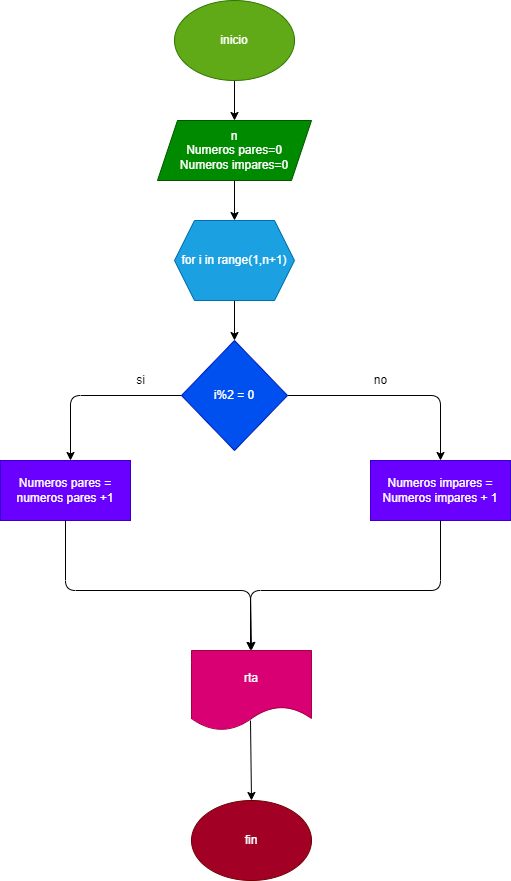
Earlier version of the draw.io export Diagrama1.png (JDaniec/EJERCICIOS). Source tidied: cells renumbered, new cells last; positions are measured from the earlier drawing's top-left corner, leaving out a move shared by most shapes. Its diagram source:
```xml
<mxGraphModel>
  <root>
    <mxCell id="0" />
    <mxCell id="1" parent="0" />
    <mxCell id="2" style="edgeStyle=none;html=1;" parent="1" edge="1" source="3" target="5">
      <mxGeometry relative="1" as="geometry" />
    </mxCell>
    <mxCell id="3" value="inicio" style="ellipse;whiteSpace=wrap;html=1;fillColor=#60a917;fontColor=#ffffff;strokeColor=#2D7600;" parent="1" vertex="1">
      <mxGeometry x="174" width="120" height="80" as="geometry" />
    </mxCell>
    <mxCell id="4" style="edgeStyle=none;html=1;" parent="1" edge="1" source="5" target="7">
      <mxGeometry relative="1" as="geometry" />
    </mxCell>
    <mxCell id="5" value="n&lt;br&gt;Numeros pares=0&lt;br&gt;Numeros impares=0" style="shape=parallelogram;perimeter=parallelogramPerimeter;whiteSpace=wrap;html=1;fixedSize=1;fillColor=#008a00;fontColor=#ffffff;strokeColor=#005700;" parent="1" vertex="1">
      <mxGeometry x="157" y="120" width="154" height="60" as="geometry" />
    </mxCell>
    <mxCell id="6" style="edgeStyle=none;html=1;" parent="1" edge="1" source="7" target="10">
      <mxGeometry relative="1" as="geometry" />
    </mxCell>
    <mxCell id="7" value="for i in range(1,n+1)" style="shape=hexagon;perimeter=hexagonPerimeter2;whiteSpace=wrap;html=1;fixedSize=1;fillColor=#1ba1e2;fontColor=#ffffff;strokeColor=#006EAF;" parent="1" vertex="1">
      <mxGeometry x="174" y="220" width="120" height="80" as="geometry" />
    </mxCell>
    <mxCell id="8" style="edgeStyle=none;html=1;" parent="1" edge="1" source="10">
      <mxGeometry relative="1" as="geometry">
        <mxPoint x="440" y="460" as="targetPoint" />
        <Array as="points">
          <mxPoint x="440" y="395" />
        </Array>
      </mxGeometry>
    </mxCell>
    <mxCell id="9" style="edgeStyle=none;html=1;" parent="1" edge="1" source="10">
      <mxGeometry relative="1" as="geometry">
        <mxPoint x="70" y="460" as="targetPoint" />
        <Array as="points">
          <mxPoint x="70" y="395" />
        </Array>
      </mxGeometry>
    </mxCell>
    <mxCell id="10" value="i%2 = 0" style="rhombus;whiteSpace=wrap;html=1;fillColor=#0050ef;fontColor=#ffffff;strokeColor=#001DBC;" parent="1" vertex="1">
      <mxGeometry x="181" y="340" width="106" height="110" as="geometry" />
    </mxCell>
    <mxCell id="11" value="no" style="text;html=1;align=center;verticalAlign=middle;strokeColor=none;fillColor=none;" parent="1" vertex="1">
      <mxGeometry x="360" y="365" width="40" height="30" as="geometry" />
    </mxCell>
    <mxCell id="12" value="Numeros pares = numeros pares +1" style="rounded=0;whiteSpace=wrap;html=1;fillColor=#6a00ff;fontColor=#ffffff;strokeColor=#3700CC;" parent="1" vertex="1">
      <mxGeometry y="460" width="130" height="60" as="geometry" />
    </mxCell>
    <mxCell id="13" value="Numeros impares = Numeros impares + 1" style="rounded=0;whiteSpace=wrap;html=1;fillColor=#6a00ff;fontColor=#ffffff;strokeColor=#3700CC;" parent="1" vertex="1">
      <mxGeometry x="370" y="460" width="140" height="60" as="geometry" />
    </mxCell>
    <mxCell id="14" value="si" style="text;html=1;align=center;verticalAlign=middle;strokeColor=none;fillColor=none;" parent="1" vertex="1">
      <mxGeometry x="125" y="365" width="30" height="30" as="geometry" />
    </mxCell>
    <mxCell id="15" value="rta" style="shape=document;whiteSpace=wrap;html=1;boundedLbl=1;fillColor=#d80073;fontColor=#ffffff;strokeColor=#A50040;" parent="1" vertex="1">
      <mxGeometry x="191" y="650" width="120" height="80" as="geometry" />
    </mxCell>
    <mxCell id="16" style="endArrow=classic;html=1;entryX=0.5;entryY=0;entryDx=0;entryDy=0;exitX=0.5;exitY=1;exitDx=0;exitDy=0;" parent="1" edge="1" source="12" target="15">
      <mxGeometry relative="1" as="geometry">
        <Array as="points">
          <mxPoint x="65" y="590" />
          <mxPoint x="250" y="590" />
        </Array>
      </mxGeometry>
    </mxCell>
    <mxCell id="17" style="endArrow=classic;html=1;exitX=0.5;exitY=1;exitDx=0;exitDy=0;" parent="1" edge="1" source="13">
      <mxGeometry relative="1" as="geometry">
        <mxPoint x="250" y="650" as="targetPoint" />
        <Array as="points">
          <mxPoint x="440" y="590" />
          <mxPoint x="250" y="590" />
        </Array>
      </mxGeometry>
    </mxCell>
    <mxCell id="18" value="fin" style="ellipse;whiteSpace=wrap;html=1;fillColor=#a20025;fontColor=#ffffff;strokeColor=#6F0000;" parent="1" vertex="1">
      <mxGeometry x="191" y="800" width="120" height="80" as="geometry" />
    </mxCell>
    <mxCell id="19" style="endArrow=classic;html=1;entryX=0.5;entryY=0;entryDx=0;entryDy=0;" parent="1" edge="1" target="18">
      <mxGeometry relative="1" as="geometry">
        <mxPoint x="250" y="720" as="sourcePoint" />
      </mxGeometry>
    </mxCell>
  </root>
</mxGraphModel>
```
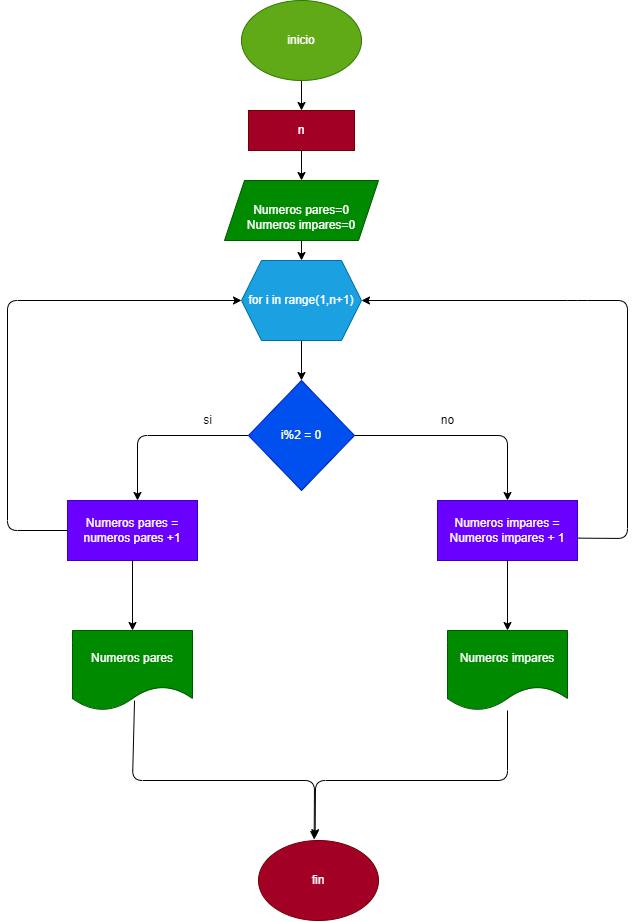
Above is the later version.

Change to the diagram source:
```diff
@@ -2,17 +2,19 @@
   <root>
     <mxCell id="0" />
     <mxCell id="1" parent="0" />
-    <mxCell id="2" style="edgeStyle=none;html=1;" parent="1" edge="1" source="3" target="5">
-      <mxGeometry relative="1" as="geometry" />
+    <mxCell id="2" style="edgeStyle=none;html=1;" parent="1" edge="1" source="3">
+      <mxGeometry relative="1" as="geometry">
+        <mxPoint x="234" y="70" as="targetPoint" />
+      </mxGeometry>
     </mxCell>
     <mxCell id="3" value="inicio" style="ellipse;whiteSpace=wrap;html=1;fillColor=#60a917;fontColor=#ffffff;strokeColor=#2D7600;" parent="1" vertex="1">
-      <mxGeometry x="174" width="120" height="80" as="geometry" />
+      <mxGeometry x="174" y="-40" width="120" height="80" as="geometry" />
     </mxCell>
     <mxCell id="4" style="edgeStyle=none;html=1;" parent="1" edge="1" source="5" target="7">
       <mxGeometry relative="1" as="geometry" />
     </mxCell>
-    <mxCell id="5" value="n&lt;br&gt;Numeros pares=0&lt;br&gt;Numeros impares=0" style="shape=parallelogram;perimeter=parallelogramPerimeter;whiteSpace=wrap;html=1;fixedSize=1;fillColor=#008a00;fontColor=#ffffff;strokeColor=#005700;" parent="1" vertex="1">
-      <mxGeometry x="157" y="120" width="154" height="60" as="geometry" />
+    <mxCell id="5" value="&lt;br&gt;Numeros pares=0&lt;br&gt;Numeros impares=0" style="shape=parallelogram;perimeter=parallelogramPerimeter;whiteSpace=wrap;html=1;fixedSize=1;fillColor=#008a00;fontColor=#ffffff;strokeColor=#005700;" parent="1" vertex="1">
+      <mxGeometry x="157" y="140" width="154" height="60" as="geometry" />
     </mxCell>
     <mxCell id="6" style="edgeStyle=none;html=1;" parent="1" edge="1" source="7" target="10">
       <mxGeometry relative="1" as="geometry" />
@@ -51,33 +53,66 @@
     <mxCell id="14" value="si" style="text;html=1;align=center;verticalAlign=middle;strokeColor=none;fillColor=none;" parent="1" vertex="1">
       <mxGeometry x="125" y="365" width="30" height="30" as="geometry" />
     </mxCell>
-    <mxCell id="15" value="rta" style="shape=document;whiteSpace=wrap;html=1;boundedLbl=1;fillColor=#d80073;fontColor=#ffffff;strokeColor=#A50040;" parent="1" vertex="1">
-      <mxGeometry x="191" y="650" width="120" height="80" as="geometry" />
-    </mxCell>
-    <mxCell id="16" style="endArrow=classic;html=1;entryX=0.5;entryY=0;entryDx=0;entryDy=0;exitX=0.5;exitY=1;exitDx=0;exitDy=0;" parent="1" edge="1" source="12" target="15">
+    <mxCell id="16" style="endArrow=classic;html=1;exitX=0.5;exitY=1;exitDx=0;exitDy=0;" parent="1" edge="1" source="12">
       <mxGeometry relative="1" as="geometry">
+        <mxPoint x="65" y="590" as="targetPoint" />
         <Array as="points">
           <mxPoint x="65" y="590" />
-          <mxPoint x="250" y="590" />
         </Array>
       </mxGeometry>
     </mxCell>
     <mxCell id="17" style="endArrow=classic;html=1;exitX=0.5;exitY=1;exitDx=0;exitDy=0;" parent="1" edge="1" source="13">
       <mxGeometry relative="1" as="geometry">
-        <mxPoint x="250" y="650" as="targetPoint" />
-        <Array as="points">
-          <mxPoint x="440" y="590" />
-          <mxPoint x="250" y="590" />
-        </Array>
+        <mxPoint x="440" y="590" as="targetPoint" />
       </mxGeometry>
     </mxCell>
     <mxCell id="18" value="fin" style="ellipse;whiteSpace=wrap;html=1;fillColor=#a20025;fontColor=#ffffff;strokeColor=#6F0000;" parent="1" vertex="1">
       <mxGeometry x="191" y="800" width="120" height="80" as="geometry" />
     </mxCell>
-    <mxCell id="19" style="endArrow=classic;html=1;entryX=0.5;entryY=0;entryDx=0;entryDy=0;" parent="1" edge="1" target="18">
-      <mxGeometry relative="1" as="geometry">
-        <mxPoint x="250" y="720" as="sourcePoint" />
-      </mxGeometry>
-    </mxCell>
+    <mxCell id="20" style="endArrow=classic;html=1;entryX=0;entryY=0.5;entryDx=0;entryDy=0;exitX=0;exitY=0.5;exitDx=0;exitDy=0;" parent="1" edge="1" source="12" target="7">
+      <mxGeometry relative="1" as="geometry">
+        <Array as="points">
+          <mxPoint x="-60" y="490" />
+          <mxPoint x="-60" y="260" />
+        </Array>
+      </mxGeometry>
+    </mxCell>
+    <mxCell id="21" style="endArrow=classic;html=1;entryX=1;entryY=0.5;entryDx=0;entryDy=0;exitX=1;exitY=0.627;exitDx=0;exitDy=0;exitPerimeter=0;" parent="1" edge="1" source="13" target="7">
+      <mxGeometry relative="1" as="geometry">
+        <Array as="points">
+          <mxPoint x="560" y="498" />
+          <mxPoint x="560" y="260" />
+          <mxPoint x="510" y="260" />
+        </Array>
+      </mxGeometry>
+    </mxCell>
+    <mxCell id="22" value="Numeros pares" style="shape=document;whiteSpace=wrap;html=1;boundedLbl=1;fillColor=#008a00;fontColor=#ffffff;strokeColor=#005700;" parent="1" vertex="1">
+      <mxGeometry x="5" y="590" width="120" height="80" as="geometry" />
+    </mxCell>
+    <mxCell id="23" value="Numeros impares" style="shape=document;whiteSpace=wrap;html=1;boundedLbl=1;fillColor=#008a00;fontColor=#ffffff;strokeColor=#005700;" parent="1" vertex="1">
+      <mxGeometry x="380" y="590" width="120" height="80" as="geometry" />
+    </mxCell>
+    <mxCell id="24" style="endArrow=classic;html=1;entryX=0.464;entryY=-0.012;entryDx=0;entryDy=0;entryPerimeter=0;exitX=0.517;exitY=0.876;exitDx=0;exitDy=0;exitPerimeter=0;" parent="1" edge="1" source="22" target="18">
+      <mxGeometry relative="1" as="geometry">
+        <Array as="points">
+          <mxPoint x="65" y="740" />
+          <mxPoint x="247" y="740" />
+        </Array>
+      </mxGeometry>
+    </mxCell>
+    <mxCell id="25" style="endArrow=classic;html=1;entryX=0.472;entryY=-0.035;entryDx=0;entryDy=0;entryPerimeter=0;" parent="1" edge="1" source="23" target="18">
+      <mxGeometry relative="1" as="geometry">
+        <Array as="points">
+          <mxPoint x="440" y="740" />
+          <mxPoint x="248" y="740" />
+        </Array>
+      </mxGeometry>
+    </mxCell>
+    <mxCell id="26" value="n" style="rounded=0;whiteSpace=wrap;html=1;fillColor=#a20025;fontColor=#ffffff;strokeColor=#6F0000;" parent="1" vertex="1">
+      <mxGeometry x="181" y="70" width="106" height="40" as="geometry" />
+    </mxCell>
+    <mxCell id="27" style="endArrow=classic;html=1;entryX=0.5;entryY=0;entryDx=0;entryDy=0;exitX=0.5;exitY=1;exitDx=0;exitDy=0;" parent="1" edge="1" source="26" target="5">
+      <mxGeometry relative="1" as="geometry" />
+    </mxCell>
   </root>
 </mxGraphModel>
```
